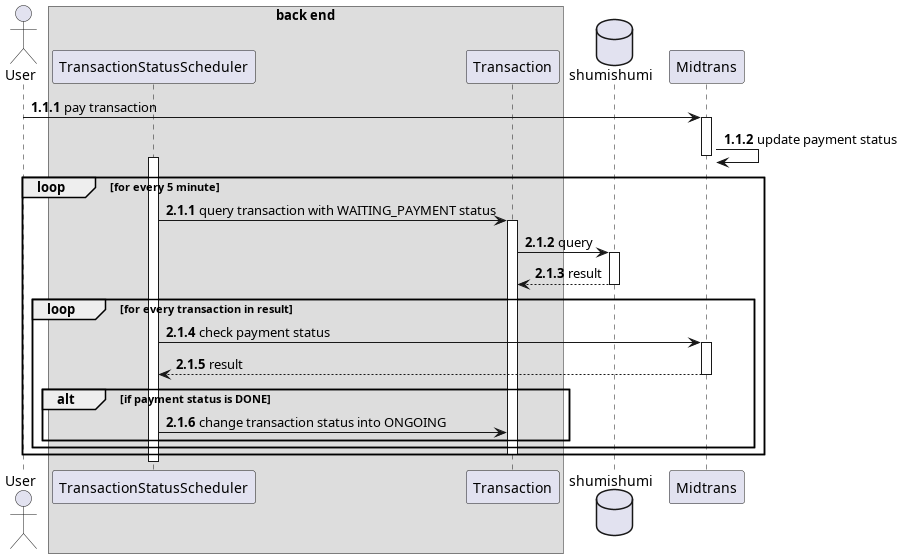
Above: thesis/latex/diagram/sequence diagram/15. transaction/pay transaction/pay trx.png in aldihsuhandi/skripsi-2023 (PlantUML), before the change. Its diagram source:
```plantuml
@startuml template
autonumber 1.1.1

actor User as u

box "back end"
participant "TransactionStatusScheduler" as scheduler
participant Transaction as trx
end box

database shumishumi as db

participant Midtrans as mt

u -> mt++ : pay transaction
mt -> mt : update payment status
deactivate mt

autonumber inc a
loop for every 5 minute
    activate scheduler
    scheduler -> trx++ : query transaction with WAITING_PAYMENT status
    trx -> db++ : query
    return result
    loop for every transaction in result
        scheduler -> mt++ : check payment status
        return result
        alt if payment status is DONE
            scheduler -> trx : change transaction status into ONGOING
        end
    end

    deactivate trx
end

deactivate scheduler

@enduml
```
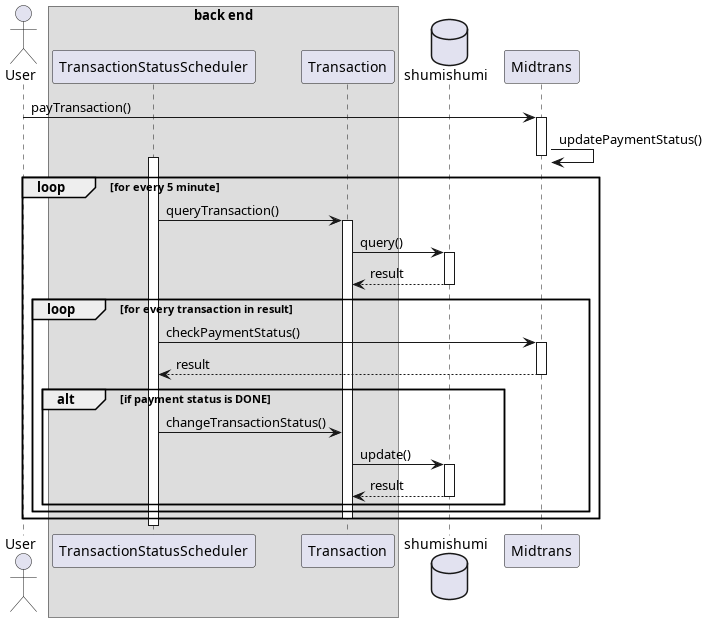
Later version of the same file.

The edit, as a diff of the source:
```diff
@@ -1,5 +1,4 @@
 @startuml template
-autonumber 1.1.1
 
 actor User as u
 
@@ -12,21 +11,22 @@
 
 participant Midtrans as mt
 
-u -> mt++ : pay transaction
-mt -> mt : update payment status
+u -> mt++ : payTransaction()
+mt -> mt : updatePaymentStatus()
 deactivate mt
 
-autonumber inc a
 loop for every 5 minute
     activate scheduler
-    scheduler -> trx++ : query transaction with WAITING_PAYMENT status
-    trx -> db++ : query
+    scheduler -> trx++ : queryTransaction()
+    trx -> db++ : query()
     return result
     loop for every transaction in result
-        scheduler -> mt++ : check payment status
+        scheduler -> mt++ : checkPaymentStatus()
         return result
         alt if payment status is DONE
-            scheduler -> trx : change transaction status into ONGOING
+            scheduler -> trx : changeTransactionStatus()
+            trx -> db++ : update()
+            return result
         end
     end
 
```
